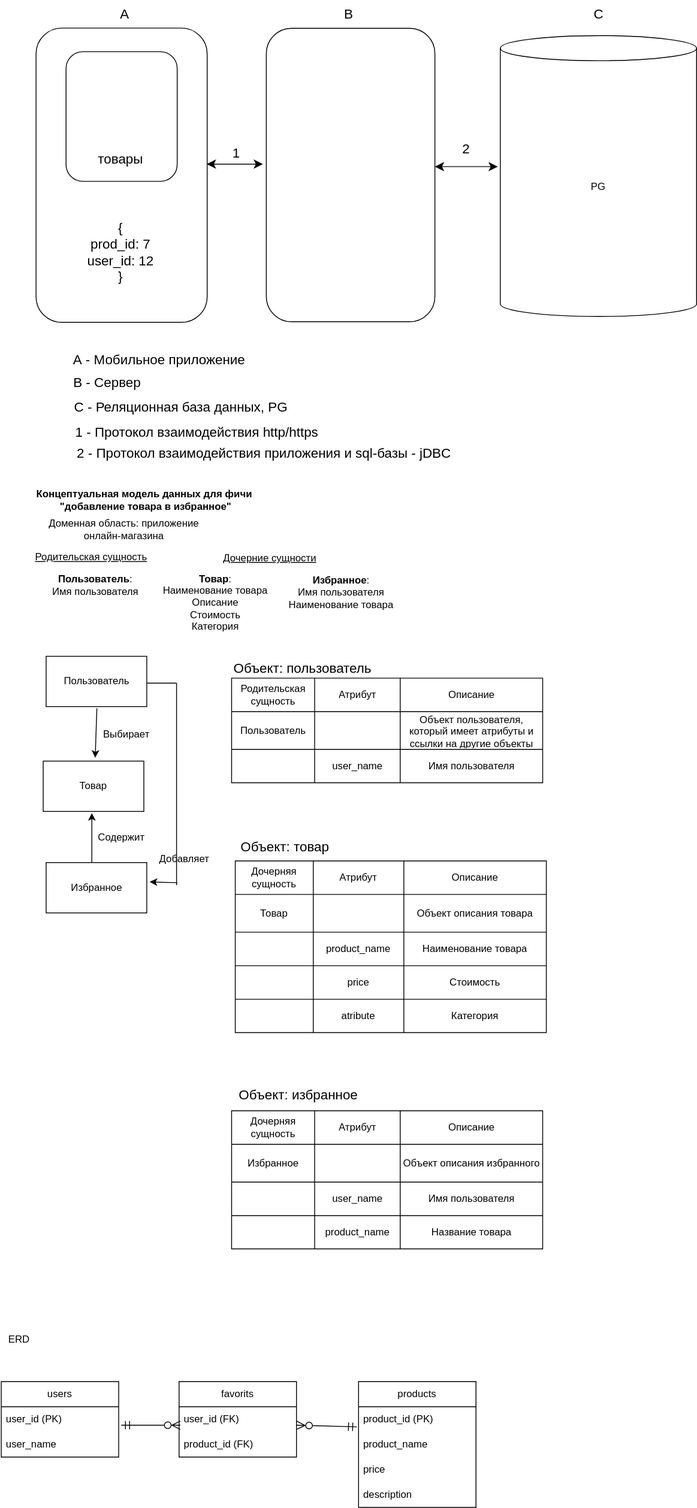
Before: Pasynkova_Olga/Functional_Requirement.drawio.svg, a diagram exported from draw.io (abdullahproff/BSA21_1). Source tidied: cells renumbered, new cells last; positions are measured from the earlier drawing's top-left corner, leaving out a move shared by most shapes.
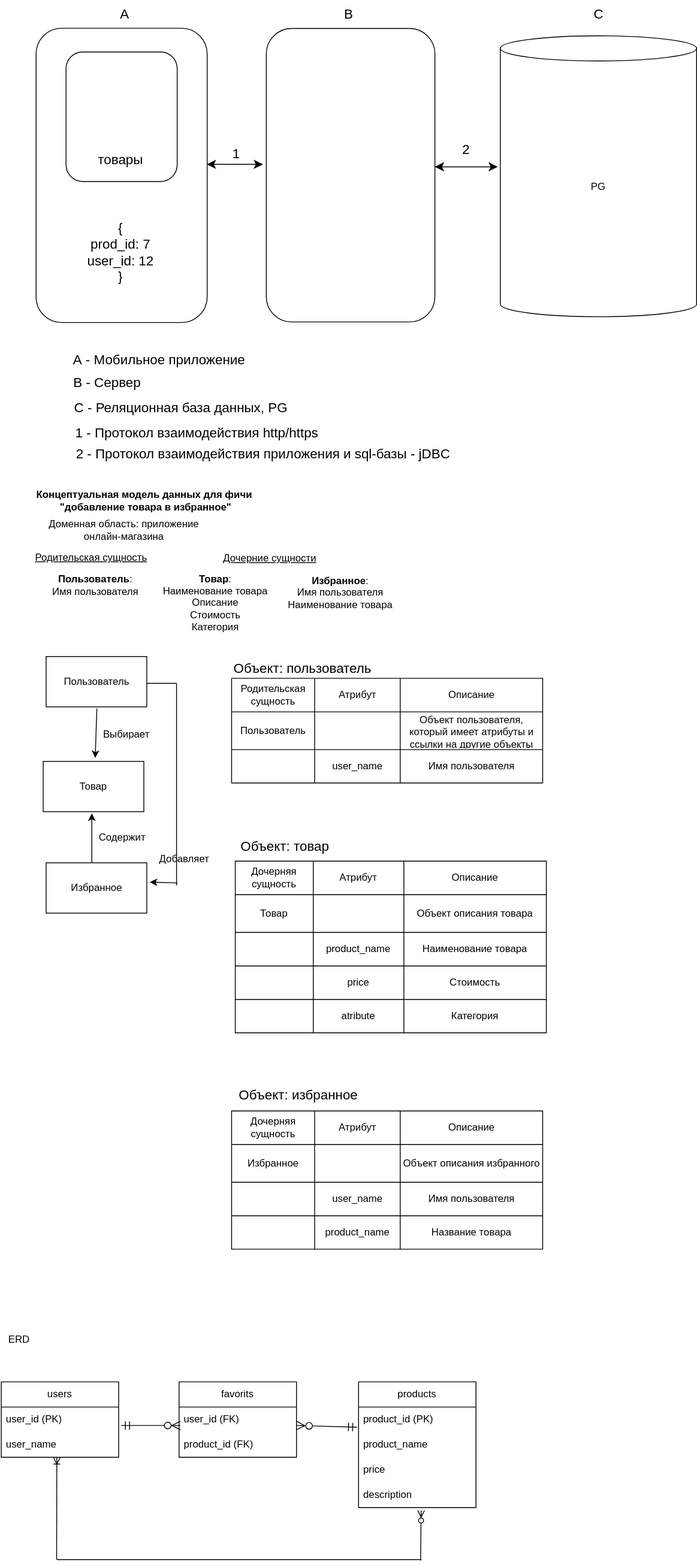
Later version of the same file.

Change to the diagram source:
```diff
@@ -341,5 +341,22 @@
         <mxPoint x="456" y="1701" as="targetPoint" />
       </mxGeometry>
     </mxCell>
+    <mxCell id="106" style="endArrow=ERoneToMany;html=1;rounded=0;startArrow=none;startFill=0;endFill=0;" parent="1" edge="1">
+      <mxGeometry relative="1" as="geometry">
+        <mxPoint x="98" y="1859" as="sourcePoint" />
+        <mxPoint x="98.2" y="1737" as="targetPoint" />
+      </mxGeometry>
+    </mxCell>
+    <mxCell id="107" style="endArrow=none;html=1;rounded=0;" parent="1" edge="1">
+      <mxGeometry relative="1" as="geometry">
+        <mxPoint x="98.2" y="1859" as="sourcePoint" />
+        <mxPoint x="533" y="1859" as="targetPoint" />
+      </mxGeometry>
+    </mxCell>
+    <mxCell id="108" style="endArrow=ERzeroToMany;html=1;rounded=0;entryX=0.533;entryY=1.111;entryDx=0;entryDy=0;entryPerimeter=0;endFill=0;" parent="1" edge="1" target="99">
+      <mxGeometry relative="1" as="geometry">
+        <mxPoint x="532" y="1860" as="sourcePoint" />
+      </mxGeometry>
+    </mxCell>
   </root>
 </mxGraphModel>
```
